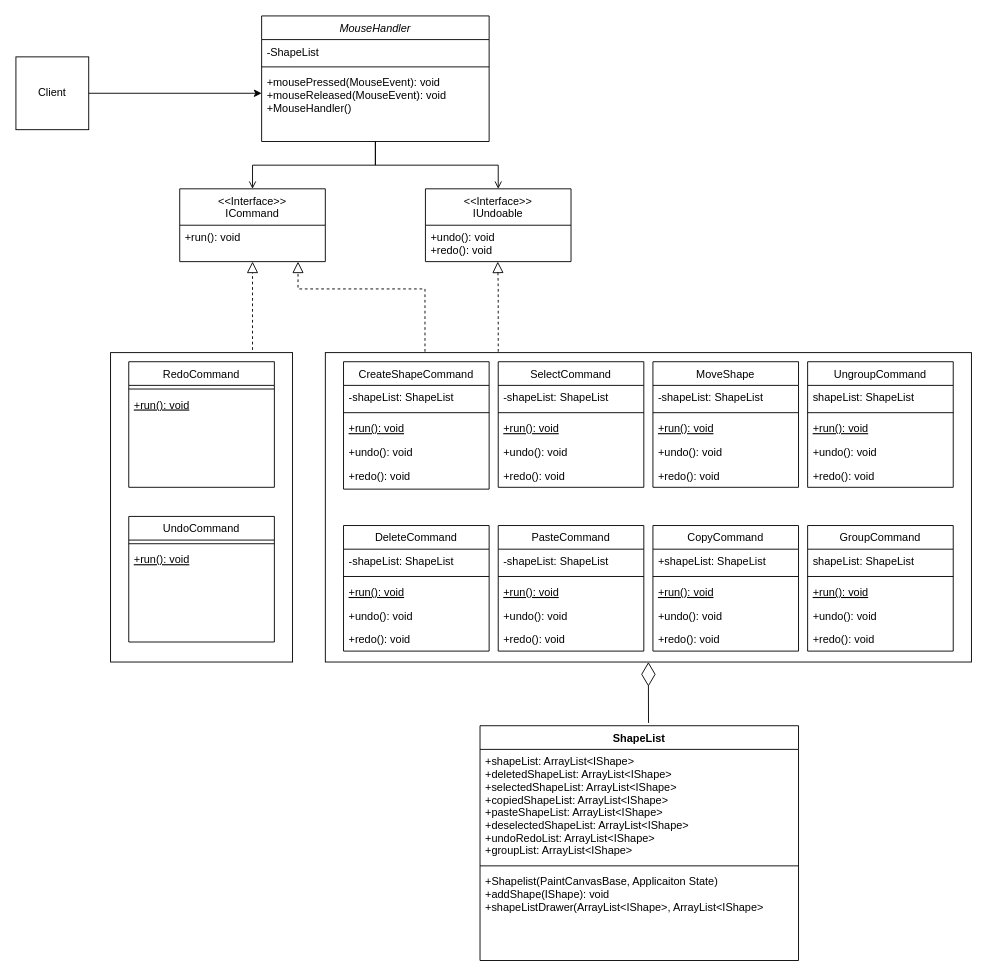
Earlier version of the draw.io diagram CommandPattern.drawio (mikeharris-github/SE450-JPaint). Source tidied: cells renumbered, new cells numbered last; positions are measured from the earlier drawing's top-left corner, leaving out a move shared by most shapes. Both pictures are drawn from the tidied source at 91%, with x=0, y=0 at pixel (15, 15).
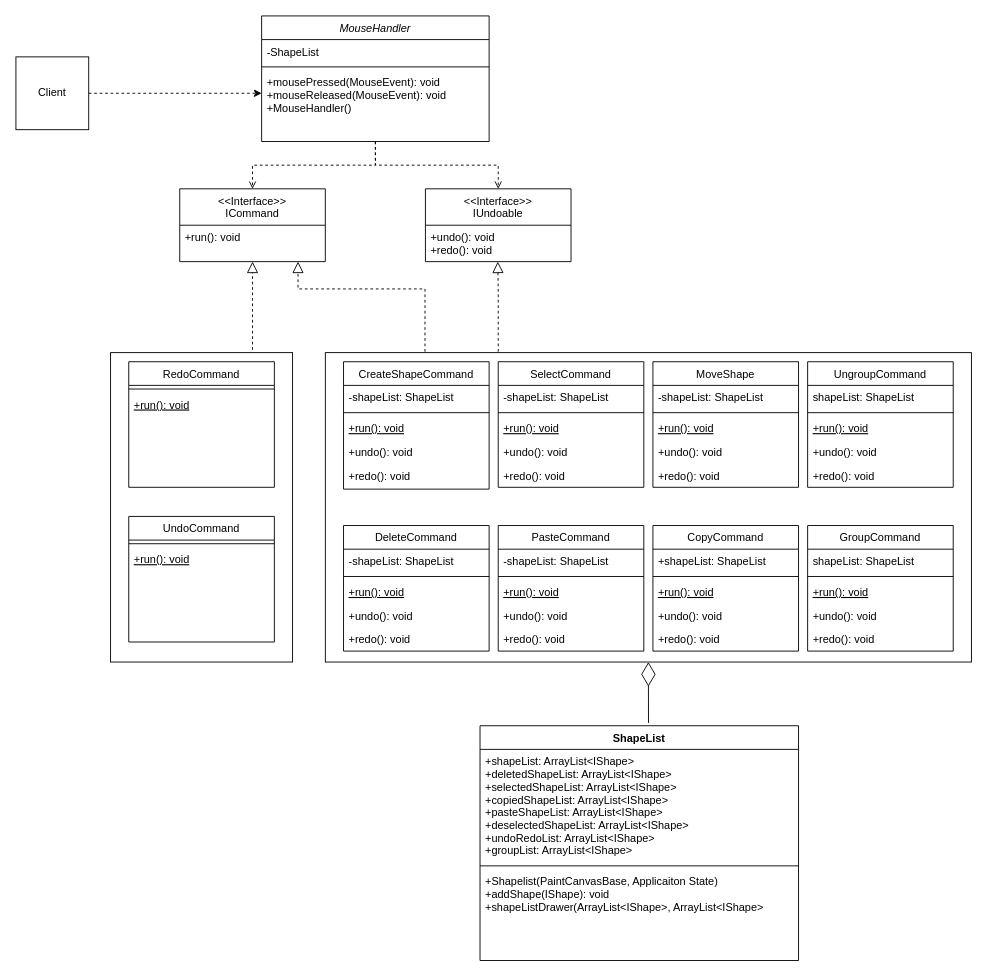
The same page after the edit.

The change refers to these unchanged cells:
```xml
<mxCell id="4" value="Client" style="whiteSpace=wrap;html=1;" parent="1" vertex="1">
  <mxGeometry y="45" width="80" height="80" as="geometry" />
</mxCell>
<mxCell id="6" value="&lt;&lt;Interface&gt;&gt;&#10;IUndoable" style="swimlane;fontStyle=0;align=center;verticalAlign=top;horizontal=1;startSize=40;rounded=0;shadow=0;strokeWidth=1;" parent="1" vertex="1">
  <mxGeometry x="450" y="190" width="160" height="80" as="geometry" />
</mxCell>
<mxCell id="8" value="&lt;&lt;Interface&gt;&gt;&#10;ICommand" style="swimlane;fontStyle=0;align=center;verticalAlign=top;horizontal=1;startSize=40;rounded=0;shadow=0;strokeWidth=1;" parent="1" vertex="1">
  <mxGeometry x="180" y="190" width="160" height="80" as="geometry" />
</mxCell>
<mxCell id="10" value="MouseHandler" style="swimlane;fontStyle=2;align=center;verticalAlign=top;horizontal=1;startSize=26;rounded=0;shadow=0;strokeWidth=1;" parent="1" vertex="1">
  <mxGeometry x="270" width="250" height="138" as="geometry" />
</mxCell>
<mxCell id="13" value="+mousePressed(MouseEvent): void &#10;+mouseReleased(MouseEvent): void&#10;+MouseHandler()" style="text;align=left;verticalAlign=top;spacingLeft=4;spacingRight=4;overflow=hidden;points=[[0,0.5],[1,0.5]];portConstraint=eastwest;" parent="10" vertex="1">
  <mxGeometry y="60" width="250" height="50" as="geometry" />
</mxCell>
```

The edit, as a diff of the source:
```diff
@@
-    <mxCell id="3" style="endArrow=open;shadow=0;strokeWidth=1;rounded=0;endFill=1;edgeStyle=elbowEdgeStyle;elbow=vertical;" parent="1" edge="1" source="10" target="8">
+    <mxCell id="3" style="endArrow=open;shadow=0;strokeWidth=1;rounded=0;endFill=1;edgeStyle=elbowEdgeStyle;elbow=vertical;dashed=1;" parent="1" edge="1" source="10" target="8">
       <mxGeometry x="0.5" y="41" relative="1" as="geometry">
         <mxPoint x="-40" y="32" as="offset" />
       </mxGeometry>
     </mxCell>
@@
-    <mxCell id="5" style="endArrow=classic;html=1;entryX=0;entryY=0.5;entryDx=0;entryDy=0;exitX=1;exitY=0.5;exitDx=0;exitDy=0;" parent="1" edge="1" source="4" target="13">
+    <mxCell id="5" style="endArrow=classic;html=1;entryX=0;entryY=0.5;entryDx=0;entryDy=0;exitX=1;exitY=0.5;exitDx=0;exitDy=0;dashed=1;" parent="1" edge="1" source="4" target="13">
       <mxGeometry relative="1" as="geometry" />
     </mxCell>
@@
-    <mxCell id="16" style="endArrow=open;shadow=0;strokeWidth=1;rounded=0;endFill=1;edgeStyle=elbowEdgeStyle;elbow=vertical;exitX=0.5;exitY=1;exitDx=0;exitDy=0;" parent="1" edge="1" source="10" target="6">
+    <mxCell id="16" style="endArrow=open;shadow=0;strokeWidth=1;rounded=0;endFill=1;edgeStyle=elbowEdgeStyle;elbow=vertical;exitX=0.5;exitY=1;exitDx=0;exitDy=0;dashed=1;" parent="1" edge="1" source="10" target="6">
       <mxGeometry x="0.5" y="41" relative="1" as="geometry">
         <mxPoint x="-40" y="32" as="offset" />
       </mxGeometry>
     </mxCell>
```
